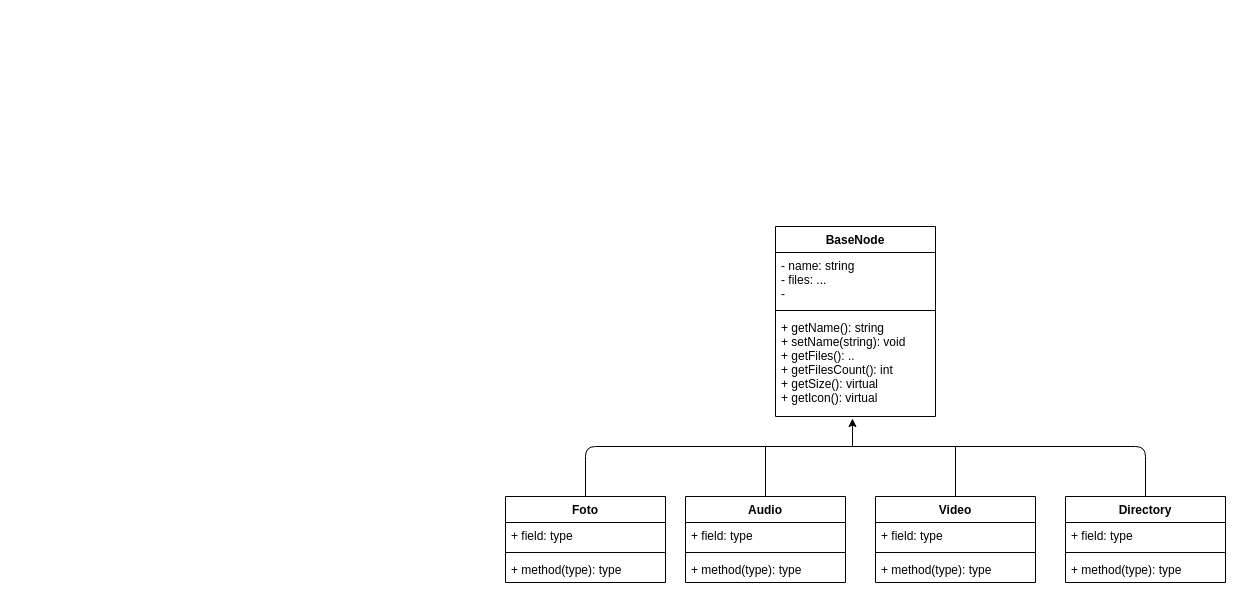
Above: schema-ale.drawio in alebaldissera/progetto-pao (draw.io), before the change. Source tidied: cells renumbered, new cells numbered last; positions are measured from the earlier drawing's top-left corner, leaving out a move shared by most shapes. Both pictures are drawn from the tidied source at 100%, with x=0, y=0 at pixel (505, 226).
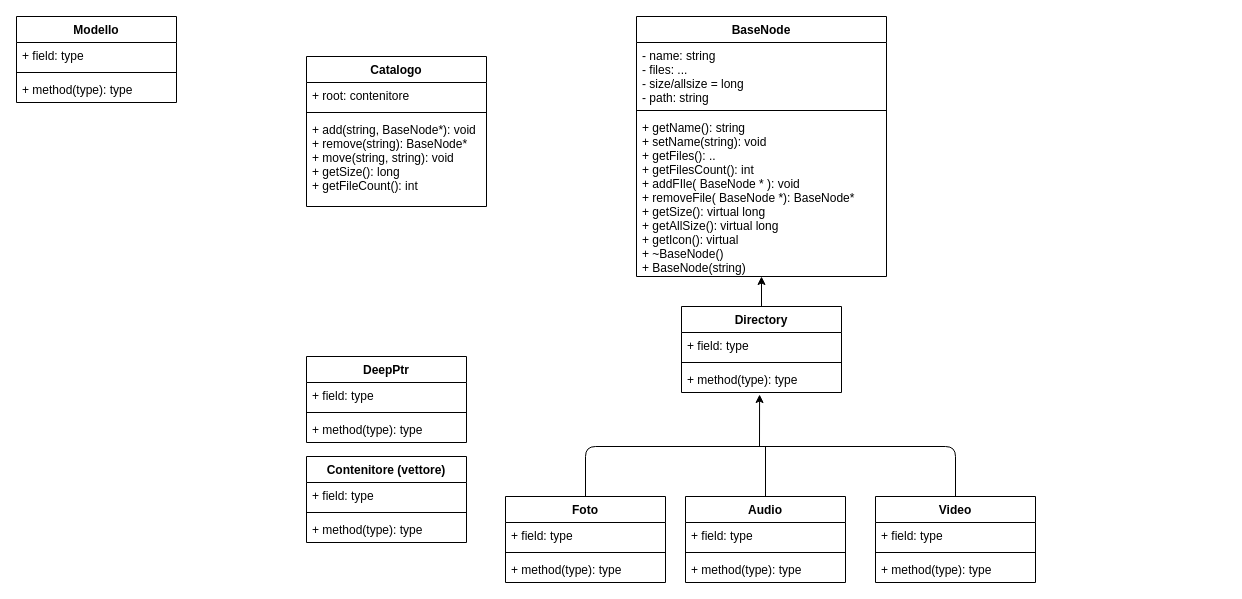
After the change.

Commit message:
Update schema Ale

The change refers to these unchanged cells:
```xml
<mxCell id="6" value="Foto" style="swimlane;fontStyle=1;align=center;verticalAlign=top;horizontal=1;startSize=26;" parent="1" vertex="1">
  <mxGeometry y="270" width="160" height="86" as="geometry" />
</mxCell>
<mxCell id="14" value="Video" style="swimlane;fontStyle=1;align=center;verticalAlign=top;horizontal=1;startSize=26;" parent="1" vertex="1">
  <mxGeometry x="370" y="270" width="160" height="86" as="geometry" />
</mxCell>
<mxCell id="21" value="+ method(type): type" style="text;strokeColor=none;fillColor=none;align=left;verticalAlign=top;spacingLeft=4;spacingRight=4;overflow=hidden;points=[[0,0.5],[1,0.5]];portConstraint=eastwest;" parent="18" vertex="1">
  <mxGeometry y="60" width="160" height="26" as="geometry" />
</mxCell>
```

Change to the diagram source:
```diff
@@
     <mxCell id="2" value="BaseNode" style="swimlane;fontStyle=1;align=center;verticalAlign=top;horizontal=1;startSize=26;" parent="1" vertex="1">
-      <mxGeometry x="270" width="160" height="190" as="geometry" />
+      <mxGeometry x="131" y="-210" width="250" height="260" as="geometry" />
     </mxCell>
-    <mxCell id="3" value="- name: string&#10;- files: ...&#10;- " style="text;strokeColor=none;fillColor=none;align=left;verticalAlign=top;spacingLeft=4;spacingRight=4;overflow=hidden;" parent="2" vertex="1">
-      <mxGeometry y="26" width="160" height="54" as="geometry" />
+    <mxCell id="3" value="- name: string&#10;- files: ...&#10;- size/allsize = long&#10;- path: string" style="text;strokeColor=none;fillColor=none;align=left;verticalAlign=top;spacingLeft=4;spacingRight=4;overflow=hidden;" parent="2" vertex="1">
+      <mxGeometry y="26" width="250" height="64" as="geometry" />
     </mxCell>
     <mxCell id="4" style="line;strokeWidth=1;fillColor=none;align=left;verticalAlign=middle;spacingTop=-1;spacingLeft=3;spacingRight=3;labelPosition=right;" parent="2" vertex="1">
-      <mxGeometry y="80" width="160" height="8" as="geometry" />
+      <mxGeometry y="90" width="250" height="8" as="geometry" />
     </mxCell>
-    <mxCell id="5" value="+ getName(): string&#10;+ setName(string): void&#10;+ getFiles(): ..&#10;+ getFilesCount(): int&#10;+ getSize(): virtual&#10;+ getIcon(): virtual&#10;" style="text;strokeColor=none;fillColor=none;align=left;verticalAlign=top;spacingLeft=4;spacingRight=4;overflow=hidden;points=[[0,0.5],[1,0.5]];portConstraint=eastwest;" parent="2" vertex="1">
-      <mxGeometry y="88" width="160" height="102" as="geometry" />
+    <mxCell id="5" value="+ getName(): string&#10;+ setName(string): void&#10;+ getFiles(): ..&#10;+ getFilesCount(): int&#10;+ addFIle( BaseNode * ): void&#10;+ removeFile( BaseNode *): BaseNode* &#10;+ getSize(): virtual long&#10;+ getAllSize(): virtual long&#10;+ getIcon(): virtual&#10;+ ~BaseNode()&#10;+ BaseNode(string)" style="text;strokeColor=none;fillColor=none;align=left;verticalAlign=top;spacingLeft=4;spacingRight=4;overflow=hidden;points=[[0,0.5],[1,0.5]];portConstraint=eastwest;" parent="2" vertex="1">
+      <mxGeometry y="98" width="250" height="162" as="geometry" />
     </mxCell>
@@
     <mxCell id="18" value="Directory" style="swimlane;fontStyle=1;align=center;verticalAlign=top;horizontal=1;startSize=26;" parent="1" vertex="1">
-      <mxGeometry x="560" y="270" width="160" height="86" as="geometry" />
+      <mxGeometry x="176" y="80" width="160" height="86" as="geometry" />
     </mxCell>
@@
-    <mxCell id="22" style="endArrow=classic;html=1;entryX=0.481;entryY=1.02;entryDx=0;entryDy=0;entryPerimeter=0;" parent="1" edge="1" target="5">
+    <mxCell id="22" style="endArrow=classic;html=1;entryX=0.488;entryY=1.077;entryDx=0;entryDy=0;entryPerimeter=0;" parent="1" edge="1" target="21">
       <mxGeometry relative="1" as="geometry">
-        <mxPoint x="347" y="220" as="sourcePoint" />
+        <mxPoint x="254" y="220" as="sourcePoint" />
       </mxGeometry>
     </mxCell>
-    <mxCell id="23" style="endArrow=none;html=1;entryX=0.5;entryY=0;entryDx=0;entryDy=0;exitX=0.5;exitY=0;exitDx=0;exitDy=0;" parent="1" edge="1" source="6" target="18">
+    <mxCell id="23" style="endArrow=none;html=1;exitX=0.5;exitY=0;exitDx=0;exitDy=0;entryX=0.5;entryY=0;entryDx=0;entryDy=0;" parent="1" edge="1" source="6" target="14">
       <mxGeometry relative="1" as="geometry">
         <Array as="points">
           <mxPoint x="80" y="220" />
-          <mxPoint x="640" y="220" />
+          <mxPoint x="450" y="220" />
         </Array>
       </mxGeometry>
     </mxCell>
@@
-    <mxCell id="25" style="endArrow=none;html=1;entryX=0.5;entryY=0;entryDx=0;entryDy=0;" parent="1" edge="1" target="14">
-      <mxGeometry relative="1" as="geometry">
-        <mxPoint x="450" y="220" as="sourcePoint" />
-      </mxGeometry>
-    </mxCell>
+    <mxCell id="26" style="endArrow=classic;html=1;entryX=0.5;entryY=1;entryDx=0;entryDy=0;entryPerimeter=0;exitX=0.5;exitY=0;exitDx=0;exitDy=0;" parent="1" edge="1" source="18" target="5">
+      <mxGeometry relative="1" as="geometry" />
+    </mxCell>
+    <mxCell id="27" value="DeepPtr" style="swimlane;fontStyle=1;align=center;verticalAlign=top;horizontal=1;startSize=26;" parent="1" vertex="1">
+      <mxGeometry x="-199" y="130" width="160" height="86" as="geometry" />
+    </mxCell>
+    <mxCell id="28" value="+ field: type" style="text;strokeColor=none;fillColor=none;align=left;verticalAlign=top;spacingLeft=4;spacingRight=4;overflow=hidden;" parent="27" vertex="1">
+      <mxGeometry y="26" width="160" height="26" as="geometry" />
+    </mxCell>
+    <mxCell id="29" style="line;strokeWidth=1;fillColor=none;align=left;verticalAlign=middle;spacingTop=-1;spacingLeft=3;spacingRight=3;labelPosition=right;" parent="27" vertex="1">
+      <mxGeometry y="52" width="160" height="8" as="geometry" />
+    </mxCell>
+    <mxCell id="30" value="+ method(type): type" style="text;strokeColor=none;fillColor=none;align=left;verticalAlign=top;spacingLeft=4;spacingRight=4;overflow=hidden;" parent="27" vertex="1">
+      <mxGeometry y="60" width="160" height="26" as="geometry" />
+    </mxCell>
+    <mxCell id="31" value="Contenitore (vettore)" style="swimlane;fontStyle=1;align=center;verticalAlign=top;horizontal=1;startSize=26;" parent="1" vertex="1">
+      <mxGeometry x="-199" y="230" width="160" height="86" as="geometry" />
+    </mxCell>
+    <mxCell id="32" value="+ field: type" style="text;strokeColor=none;fillColor=none;align=left;verticalAlign=top;spacingLeft=4;spacingRight=4;overflow=hidden;" parent="31" vertex="1">
+      <mxGeometry y="26" width="160" height="26" as="geometry" />
+    </mxCell>
+    <mxCell id="33" style="line;strokeWidth=1;fillColor=none;align=left;verticalAlign=middle;spacingTop=-1;spacingLeft=3;spacingRight=3;labelPosition=right;" parent="31" vertex="1">
+      <mxGeometry y="52" width="160" height="8" as="geometry" />
+    </mxCell>
+    <mxCell id="34" value="+ method(type): type" style="text;strokeColor=none;fillColor=none;align=left;verticalAlign=top;spacingLeft=4;spacingRight=4;overflow=hidden;" parent="31" vertex="1">
+      <mxGeometry y="60" width="160" height="26" as="geometry" />
+    </mxCell>
+    <mxCell id="35" value="Catalogo" style="swimlane;fontStyle=1;align=center;verticalAlign=top;horizontal=1;startSize=26;" parent="1" vertex="1">
+      <mxGeometry x="-199" y="-170" width="180" height="150" as="geometry" />
+    </mxCell>
+    <mxCell id="36" value="+ root: contenitore" style="text;strokeColor=none;fillColor=none;align=left;verticalAlign=top;spacingLeft=4;spacingRight=4;overflow=hidden;" parent="35" vertex="1">
+      <mxGeometry y="26" width="180" height="26" as="geometry" />
+    </mxCell>
+    <mxCell id="37" style="line;strokeWidth=1;fillColor=none;align=left;verticalAlign=middle;spacingTop=-1;spacingLeft=3;spacingRight=3;labelPosition=right;" parent="35" vertex="1">
+      <mxGeometry y="52" width="180" height="8" as="geometry" />
+    </mxCell>
+    <mxCell id="38" value="+ add(string, BaseNode*): void&#10;+ remove(string): BaseNode*&#10;+ move(string, string): void&#10;+ getSize(): long&#10;+ getFileCount(): int" style="text;strokeColor=none;fillColor=none;align=left;verticalAlign=top;spacingLeft=4;spacingRight=4;overflow=hidden;" parent="35" vertex="1">
+      <mxGeometry y="60" width="180" height="90" as="geometry" />
+    </mxCell>
+    <mxCell id="39" value="Modello" style="swimlane;fontStyle=1;align=center;verticalAlign=top;horizontal=1;startSize=26;" parent="1" vertex="1">
+      <mxGeometry x="-489" y="-210" width="160" height="86" as="geometry" />
+    </mxCell>
+    <mxCell id="40" value="+ field: type" style="text;strokeColor=none;fillColor=none;align=left;verticalAlign=top;spacingLeft=4;spacingRight=4;overflow=hidden;" parent="39" vertex="1">
+      <mxGeometry y="26" width="160" height="26" as="geometry" />
+    </mxCell>
+    <mxCell id="41" style="line;strokeWidth=1;fillColor=none;align=left;verticalAlign=middle;spacingTop=-1;spacingLeft=3;spacingRight=3;labelPosition=right;" parent="39" vertex="1">
+      <mxGeometry y="52" width="160" height="8" as="geometry" />
+    </mxCell>
+    <mxCell id="42" value="+ method(type): type" style="text;strokeColor=none;fillColor=none;align=left;verticalAlign=top;spacingLeft=4;spacingRight=4;overflow=hidden;" parent="39" vertex="1">
+      <mxGeometry y="60" width="160" height="26" as="geometry" />
+    </mxCell>
```
